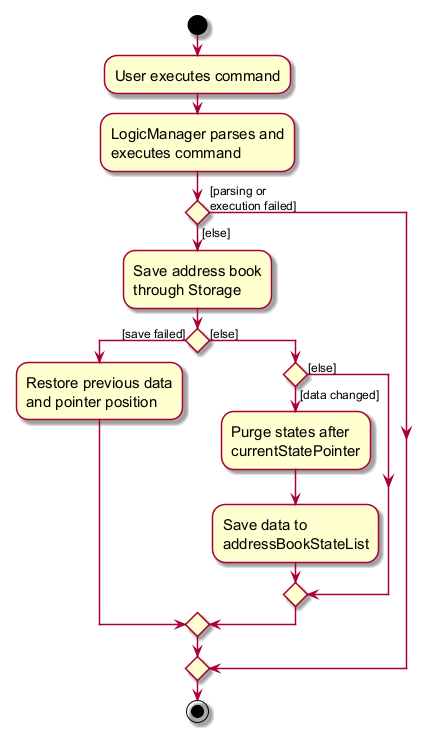
This is docs/images/CommitActivityDiagram.png from AY2627S1-CS2103T-F10-4/tp, a PlantUML export, as it was before one commit.
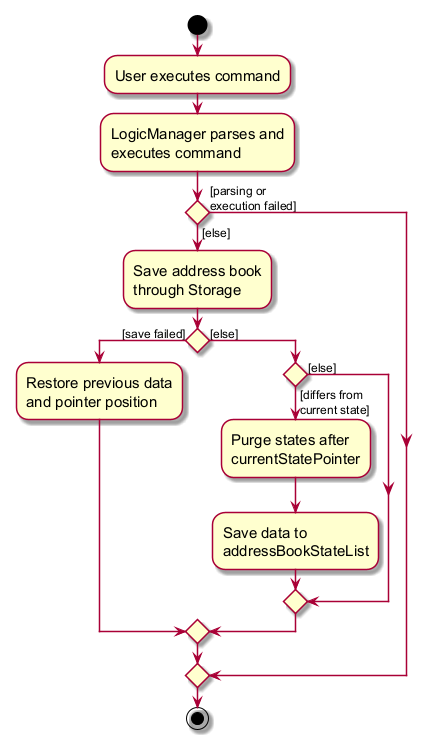
Later version of the same file.

Change to the diagram source:
```diff
@@ -17,7 +17,8 @@
         :Restore previous data
         and pointer position;
     else ([else])
-        if () then ([data changed])
+        if () then ([differs from
+current state])
             :Purge states after
             currentStatePointer;
             :Save data to
```
